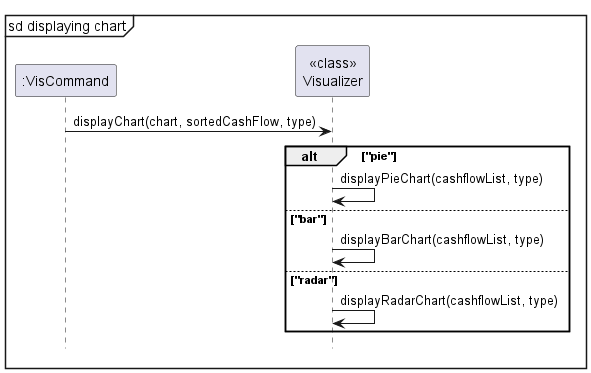
Above: docs/images/vis/visualizerSequence.png in nus-cs2113-AY2324S1/tp (PlantUML), before the change.
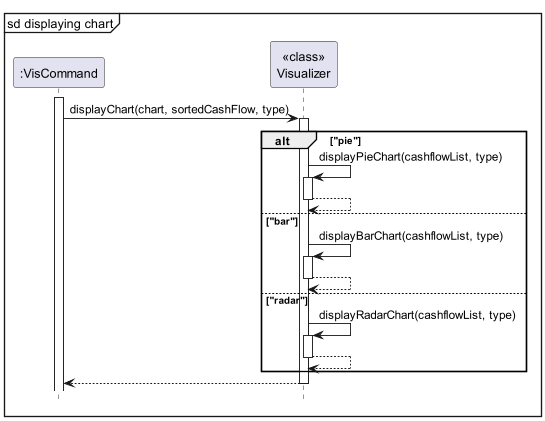
After the change.

Commit message:
Add activation diagram

Change to the diagram source:
```diff
@@ -5,18 +5,24 @@
 participant ":VisCommand"
 participant "<<class>>\nVisualizer"
 
+activate ":VisCommand"
 ":VisCommand"-> "<<class>>\nVisualizer": displayChart(chart, sortedCashFlow, type)
 
-
-
+activate "<<class>>\nVisualizer"
 alt "pie"
     "<<class>>\nVisualizer" -> "<<class>>\nVisualizer": displayPieChart(cashflowList, type)
+    activate "<<class>>\nVisualizer"
+    return
 else "bar"
     "<<class>>\nVisualizer" -> "<<class>>\nVisualizer": displayBarChart(cashflowList, type)
+    activate "<<class>>\nVisualizer"
+    return
 else "radar"
     "<<class>>\nVisualizer" -> "<<class>>\nVisualizer": displayRadarChart(cashflowList, type)
+    activate "<<class>>\nVisualizer"
+    return
 end
-
+return
 
 
 hide footbox
```
